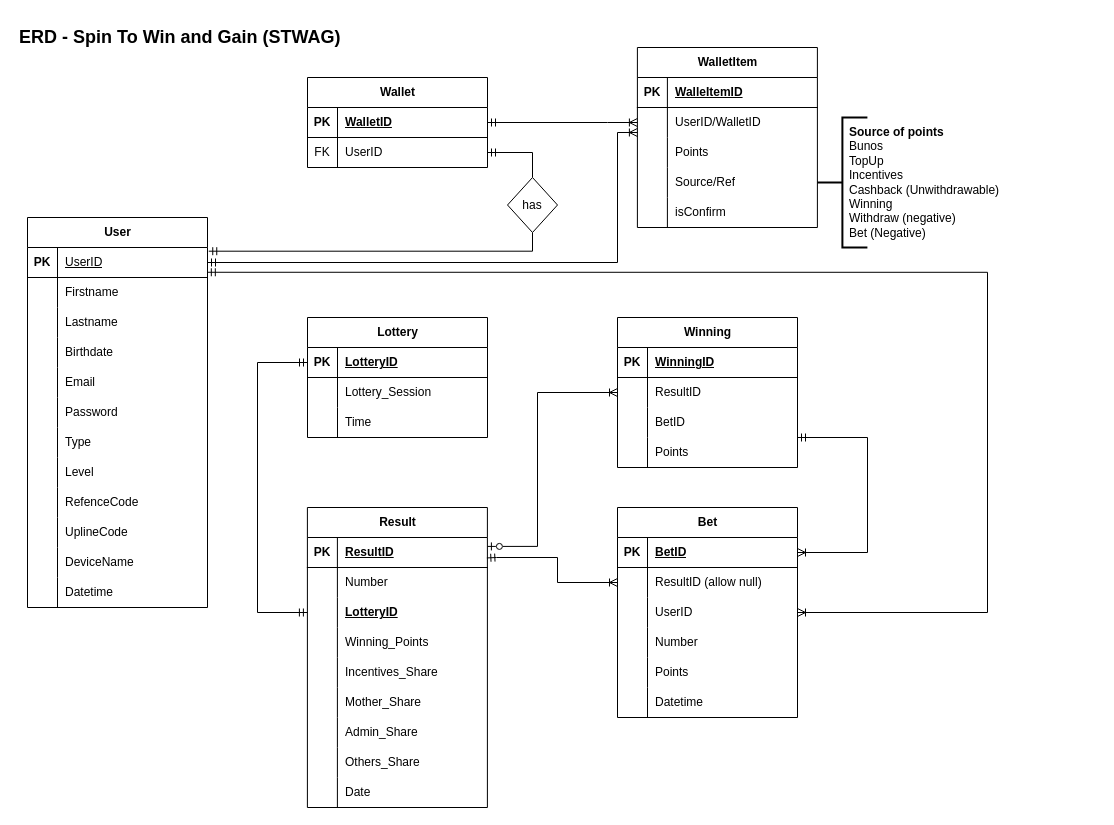
Earlier version of the draw.io diagram page "DFD" (3 of 3) of STWAG.drawio (ediangca/STWAG). Source tidied: cells renumbered, new cells numbered last; positions are measured from the earlier drawing's top-left corner, leaving out a move shared by most shapes. Both pictures are drawn from the tidied source at 100%, with x=0, y=0 at pixel (17, 17).
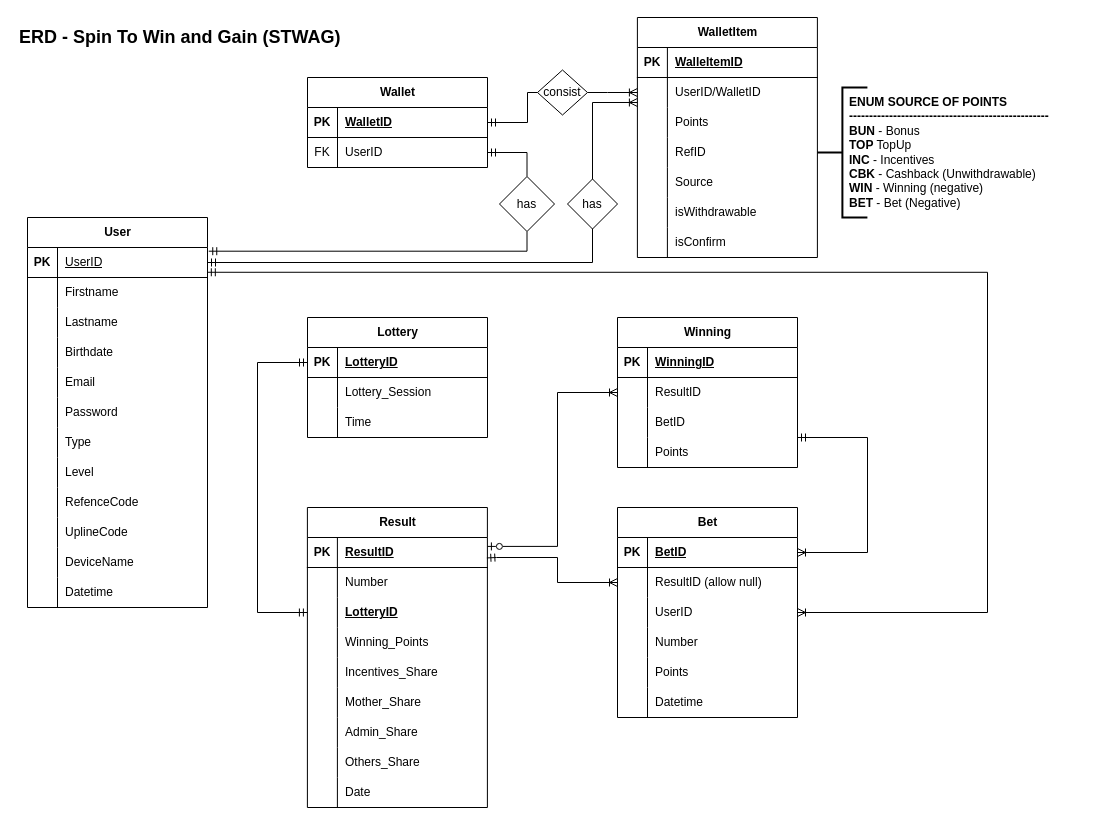
After the change.

Unchanged cells that the change refers to:
```xml
<mxCell id="4" style="shape=tableRow;horizontal=0;startSize=0;swimlaneHead=0;swimlaneBody=0;fillColor=none;points=[[0,0.5],[1,0.5]];portConstraint=eastwest;top=0;left=0;right=0;bottom=1;" parent="3" vertex="1">
  <mxGeometry y="30" width="180" height="30" as="geometry" />
</mxCell>
<mxCell id="7" style="shape=tableRow;horizontal=0;startSize=0;swimlaneHead=0;swimlaneBody=0;fillColor=none;points=[[0,0.5],[1,0.5]];portConstraint=eastwest;top=0;left=0;right=0;bottom=0;" parent="3" vertex="1">
  <mxGeometry y="60" width="180" height="30" as="geometry" />
</mxCell>
<mxCell id="13" style="shape=tableRow;horizontal=0;startSize=0;swimlaneHead=0;swimlaneBody=0;fillColor=none;points=[[0,0.5],[1,0.5]];portConstraint=eastwest;top=0;left=0;right=0;bottom=1;" parent="12" vertex="1">
  <mxGeometry y="30" width="180" height="30" as="geometry" />
</mxCell>
<mxCell id="50" style="shape=tableRow;horizontal=0;startSize=0;swimlaneHead=0;swimlaneBody=0;fillColor=none;points=[[0,0.5],[1,0.5]];portConstraint=eastwest;top=0;left=0;right=0;bottom=1;" parent="49" vertex="1">
  <mxGeometry y="30" width="180" height="30" as="geometry" />
</mxCell>
<mxCell id="92" style="shape=tableRow;horizontal=0;startSize=0;swimlaneHead=0;swimlaneBody=0;fillColor=none;points=[[0,0.5],[1,0.5]];portConstraint=eastwest;top=0;left=0;right=0;bottom=0;" parent="88" vertex="1">
  <mxGeometry y="60" width="180" height="30" as="geometry" />
</mxCell>
<mxCell id="129" style="shape=tableRow;horizontal=0;startSize=0;swimlaneHead=0;swimlaneBody=0;fillColor=none;points=[[0,0.5],[1,0.5]];portConstraint=eastwest;top=0;left=0;right=0;bottom=0;" parent="125" vertex="1">
  <mxGeometry y="60" width="180" height="30" as="geometry" />
</mxCell>
```

The edit, as a diff of the source:
```diff
@@
-    <mxCell id="2" style="edgeStyle=orthogonalEdgeStyle;fontSize=12;html=1;endArrow=ERoneToMany;startArrow=ERmandOne;rounded=0;fontFamily=Helvetica;fontColor=default;fontStyle=1;exitX=1;exitY=0.5;exitDx=0;exitDy=0;entryX=0;entryY=0.5;entryDx=0;entryDy=0;endFill=0;startFill=0;" parent="1" edge="1" source="4" target="129">
+    <mxCell id="2" style="edgeStyle=orthogonalEdgeStyle;fontSize=12;html=1;endArrow=ERoneToMany;startArrow=none;rounded=0;fontFamily=Helvetica;fontColor=default;fontStyle=1;exitX=1;exitY=0.5;exitDx=0;exitDy=0;entryX=0;entryY=0.5;entryDx=0;entryDy=0;endFill=0;startFill=0;" parent="1" edge="1" source="156" target="129">
       <mxGeometry relative="1" as="geometry">
         <Array as="points">
-          <mxPoint x="590" y="105" />
-          <mxPoint x="590" y="105" />
+          <mxPoint x="590" y="75" />
+          <mxPoint x="590" y="75" />
         </Array>
       </mxGeometry>
     </mxCell>
@@
     <mxCell id="101" style="edgeStyle=orthogonalEdgeStyle;fontSize=12;html=1;endArrow=ERzeroToOne;startArrow=ERoneToMany;rounded=0;fontFamily=Helvetica;fontColor=default;fontStyle=1;endFill=0;exitX=0;exitY=0.5;exitDx=0;exitDy=0;startFill=0;entryX=1;entryY=0.297;entryDx=0;entryDy=0;entryPerimeter=0;" parent="1" edge="1" source="92" target="50">
       <mxGeometry relative="1" as="geometry">
         <Array as="points">
-          <mxPoint x="520" y="375" />
-          <mxPoint x="520" y="529" />
+          <mxPoint x="540" y="375" />
+          <mxPoint x="540" y="529" />
         </Array>
       </mxGeometry>
     </mxCell>
@@
     <mxCell id="124" style="group;" parent="1" vertex="1">
-      <mxGeometry x="619.9" y="30" width="390" height="200" as="geometry" />
+      <mxGeometry x="619.9" width="460" height="200" as="geometry" />
     </mxCell>
     <mxCell id="125" value="WalletItem" style="shape=table;startSize=30;childLayout=tableLayout;rowLines=0;fontStyle=1;align=center;html=1;" parent="124" vertex="1">
-      <mxGeometry width="180" height="180" as="geometry" />
+      <mxGeometry width="180" height="240" as="geometry" />
     </mxCell>
@@
+    <mxCell id="147" style="shape=tableRow;horizontal=0;startSize=0;swimlaneHead=0;swimlaneBody=0;fillColor=none;top=0;left=0;right=0;bottom=0;" parent="125" vertex="1">
+      <mxGeometry y="120" width="180" height="30" as="geometry" />
+    </mxCell>
+    <mxCell id="148" style="shape=partialRectangle;fillColor=none;top=0;left=0;bottom=0;right=0;overflow=hidden;whiteSpace=wrap;html=1;" parent="147" vertex="1">
+      <mxGeometry width="30" height="30" as="geometry" />
+    </mxCell>
+    <mxCell id="149" value="RefID" style="shape=partialRectangle;fillColor=none;top=0;left=0;bottom=0;right=0;align=left;spacingLeft=6;overflow=hidden;whiteSpace=wrap;html=1;" parent="147" vertex="1">
+      <mxGeometry x="30" width="150" height="30" as="geometry" />
+    </mxCell>
     <mxCell id="135" style="shape=tableRow;horizontal=0;startSize=0;swimlaneHead=0;swimlaneBody=0;fillColor=none;top=0;left=0;right=0;bottom=0;" parent="125" vertex="1">
-      <mxGeometry y="120" width="180" height="30" as="geometry" />
+      <mxGeometry y="150" width="180" height="30" as="geometry" />
     </mxCell>
@@
-    <mxCell id="137" value="Source/Ref" style="shape=partialRectangle;fillColor=none;top=0;left=0;bottom=0;right=0;align=left;spacingLeft=6;overflow=hidden;whiteSpace=wrap;html=1;" parent="135" vertex="1">
+    <mxCell id="137" value="Source" style="shape=partialRectangle;fillColor=none;top=0;left=0;bottom=0;right=0;align=left;spacingLeft=6;overflow=hidden;whiteSpace=wrap;html=1;" parent="135" vertex="1">
       <mxGeometry x="30" width="150" height="30" as="geometry" />
     </mxCell>
+    <mxCell id="150" style="shape=tableRow;horizontal=0;startSize=0;swimlaneHead=0;swimlaneBody=0;fillColor=none;top=0;left=0;right=0;bottom=0;" parent="125" vertex="1">
+      <mxGeometry y="180" width="180" height="30" as="geometry" />
+    </mxCell>
+    <mxCell id="151" style="shape=partialRectangle;fillColor=none;top=0;left=0;bottom=0;right=0;overflow=hidden;whiteSpace=wrap;html=1;" parent="150" vertex="1">
+      <mxGeometry width="30" height="30" as="geometry" />
+    </mxCell>
+    <mxCell id="152" value="isWithdrawable" style="shape=partialRectangle;fillColor=none;top=0;left=0;bottom=0;right=0;align=left;spacingLeft=6;overflow=hidden;whiteSpace=wrap;html=1;" parent="150" vertex="1">
+      <mxGeometry x="30" width="150" height="30" as="geometry" />
+    </mxCell>
     <mxCell id="138" style="shape=tableRow;horizontal=0;startSize=0;swimlaneHead=0;swimlaneBody=0;fillColor=none;top=0;left=0;right=0;bottom=0;" parent="125" vertex="1">
-      <mxGeometry y="150" width="180" height="30" as="geometry" />
+      <mxGeometry y="210" width="180" height="30" as="geometry" />
     </mxCell>
@@
     <mxCell id="141" value=" " style="group;" parent="124" vertex="1">
-      <mxGeometry x="180" y="70" width="210" height="130" as="geometry" />
+      <mxGeometry x="180" y="70" width="280" height="130" as="geometry" />
     </mxCell>
@@
-    <mxCell id="143" value="Source of points&lt;div&gt;&lt;span style=&quot;font-weight: normal; background-color: transparent; color: light-dark(rgb(0, 0, 0), rgb(255, 255, 255));&quot;&gt;Bunos&lt;/span&gt;&lt;/div&gt;&lt;div&gt;&lt;font style=&quot;font-weight: normal;&quot;&gt;TopUp&lt;/font&gt;&lt;/div&gt;&lt;div&gt;&lt;font style=&quot;font-weight: normal;&quot;&gt;Incentives&lt;/font&gt;&lt;/div&gt;&lt;div&gt;&lt;font style=&quot;font-weight: normal;&quot;&gt;Cashback (Unwithdrawable)&lt;/font&gt;&lt;/div&gt;&lt;div&gt;&lt;font style=&quot;font-weight: normal;&quot;&gt;Winning&lt;/font&gt;&lt;/div&gt;&lt;div&gt;&lt;font style=&quot;font-weight: normal;&quot;&gt;Withdraw (negative)&lt;/font&gt;&lt;/div&gt;&lt;div&gt;&lt;font style=&quot;font-weight: normal;&quot;&gt;Bet (Negative)&lt;/font&gt;&lt;/div&gt;" style="text;html=1;align=left;verticalAlign=middle;whiteSpace=wrap;rounded=0;fontFamily=Helvetica;fontSize=12;fontColor=default;fontStyle=1;" parent="141" vertex="1">
-      <mxGeometry x="30" y="15" width="180" height="100" as="geometry" />
+    <mxCell id="143" value="ENUM SOURCE OF POINTS&lt;div&gt;--------------------------------------------------&lt;br&gt;&lt;div&gt;&lt;span style=&quot;background-color: transparent; color: light-dark(rgb(0, 0, 0), rgb(255, 255, 255));&quot;&gt;BUN&lt;/span&gt;&lt;span style=&quot;font-weight: normal; background-color: transparent; color: light-dark(rgb(0, 0, 0), rgb(255, 255, 255));&quot;&gt; - Bonus&lt;/span&gt;&lt;/div&gt;&lt;div&gt;&lt;font style=&quot;&quot;&gt;TOP&lt;/font&gt;&lt;font style=&quot;font-weight: normal;&quot;&gt; TopUp&lt;/font&gt;&lt;/div&gt;&lt;div&gt;&lt;font style=&quot;&quot;&gt;INC&lt;/font&gt;&lt;font style=&quot;font-weight: normal;&quot;&gt; - Incentives&lt;/font&gt;&lt;/div&gt;&lt;div&gt;&lt;font style=&quot;&quot;&gt;CBK&lt;/font&gt;&lt;font style=&quot;font-weight: normal;&quot;&gt; - Cashback (Unwithdrawable)&lt;/font&gt;&lt;/div&gt;&lt;div&gt;&lt;font style=&quot;&quot;&gt;WIN&lt;/font&gt;&lt;font style=&quot;font-weight: normal;&quot;&gt; - Winning&amp;nbsp;&lt;/font&gt;&lt;span style=&quot;font-weight: normal; background-color: transparent; color: light-dark(rgb(0, 0, 0), rgb(255, 255, 255));&quot;&gt;(negative)&lt;/span&gt;&lt;/div&gt;&lt;div&gt;&lt;font style=&quot;&quot;&gt;BET &lt;span style=&quot;font-weight: normal;&quot;&gt;-&amp;nbsp;&lt;/span&gt;&lt;/font&gt;&lt;font style=&quot;font-weight: normal;&quot;&gt;Bet (Negative)&lt;/font&gt;&lt;/div&gt;&lt;/div&gt;" style="text;html=1;align=left;verticalAlign=middle;whiteSpace=wrap;rounded=0;fontFamily=Helvetica;fontSize=12;fontColor=default;fontStyle=1;" parent="141" vertex="1">
+      <mxGeometry x="30" width="250" height="130" as="geometry" />
     </mxCell>
-    <mxCell id="144" style="edgeStyle=orthogonalEdgeStyle;fontSize=12;html=1;endArrow=ERmandOne;startArrow=ERoneToMany;rounded=0;fontFamily=Helvetica;fontColor=default;fontStyle=1;endFill=0;startFill=0;exitX=0;exitY=0.833;exitDx=0;exitDy=0;exitPerimeter=0;entryX=1;entryY=0.5;entryDx=0;entryDy=0;" parent="1" edge="1" source="129" target="13">
+    <mxCell id="144" style="edgeStyle=orthogonalEdgeStyle;fontSize=12;html=1;endArrow=ERmandOne;startArrow=none;rounded=0;fontFamily=Helvetica;fontColor=default;fontStyle=1;endFill=0;startFill=0;entryX=1;entryY=0.5;entryDx=0;entryDy=0;exitX=0.5;exitY=1;exitDx=0;exitDy=0;" parent="1" edge="1" source="154" target="13">
       <mxGeometry relative="1" as="geometry">
         <Array as="points">
-          <mxPoint x="600" y="115" />
-          <mxPoint x="600" y="245" />
+          <mxPoint x="575" y="245" />
         </Array>
       </mxGeometry>
     </mxCell>
     <mxCell id="145" style="edgeStyle=orthogonalEdgeStyle;fontSize=12;html=1;endArrow=none;startArrow=ERmandOne;rounded=0;fontFamily=Helvetica;fontColor=default;fontStyle=1;exitX=1;exitY=0.5;exitDx=0;exitDy=0;endFill=0;startFill=0;entryX=0.5;entryY=0;entryDx=0;entryDy=0;" parent="1" edge="1" source="7" target="146">
       <mxGeometry relative="1" as="geometry">
         <Array as="points">
-          <mxPoint x="515" y="135" />
+          <mxPoint x="510" y="135" />
+          <mxPoint x="510" y="160" />
         </Array>
       </mxGeometry>
     </mxCell>
     <mxCell id="146" value="has" style="rhombus;whiteSpace=wrap;html=1;" parent="1" vertex="1">
-      <mxGeometry x="490" y="160" width="50" height="55" as="geometry" />
+      <mxGeometry x="482" y="159" width="55" height="55" as="geometry" />
     </mxCell>
+    <mxCell id="153" style="edgeStyle=orthogonalEdgeStyle;fontSize=12;html=1;endArrow=none;startArrow=ERoneToMany;rounded=0;fontFamily=Helvetica;fontColor=default;fontStyle=1;endFill=0;startFill=0;exitX=0;exitY=0.833;exitDx=0;exitDy=0;exitPerimeter=0;entryX=0.5;entryY=0;entryDx=0;entryDy=0;" parent="1" edge="1" source="129" target="154">
+      <mxGeometry relative="1" as="geometry" />
+    </mxCell>
+    <mxCell id="154" value="has" style="rhombus;whiteSpace=wrap;html=1;" parent="1" vertex="1">
+      <mxGeometry x="550" y="161.5" width="50" height="50" as="geometry" />
+    </mxCell>
+    <mxCell id="155" style="edgeStyle=orthogonalEdgeStyle;fontSize=12;html=1;endArrow=none;startArrow=ERmandOne;rounded=0;fontFamily=Helvetica;fontColor=default;fontStyle=1;exitX=1;exitY=0.5;exitDx=0;exitDy=0;entryX=0;entryY=0.5;entryDx=0;entryDy=0;endFill=0;startFill=0;" parent="1" edge="1" source="4" target="156">
+      <mxGeometry relative="1" as="geometry">
+        <Array as="points">
+          <mxPoint x="510" y="105" />
+        </Array>
+      </mxGeometry>
+    </mxCell>
+    <mxCell id="156" value="consist" style="rhombus;whiteSpace=wrap;html=1;" parent="1" vertex="1">
+      <mxGeometry x="520" y="52.5" width="50" height="45" as="geometry" />
+    </mxCell>
```
